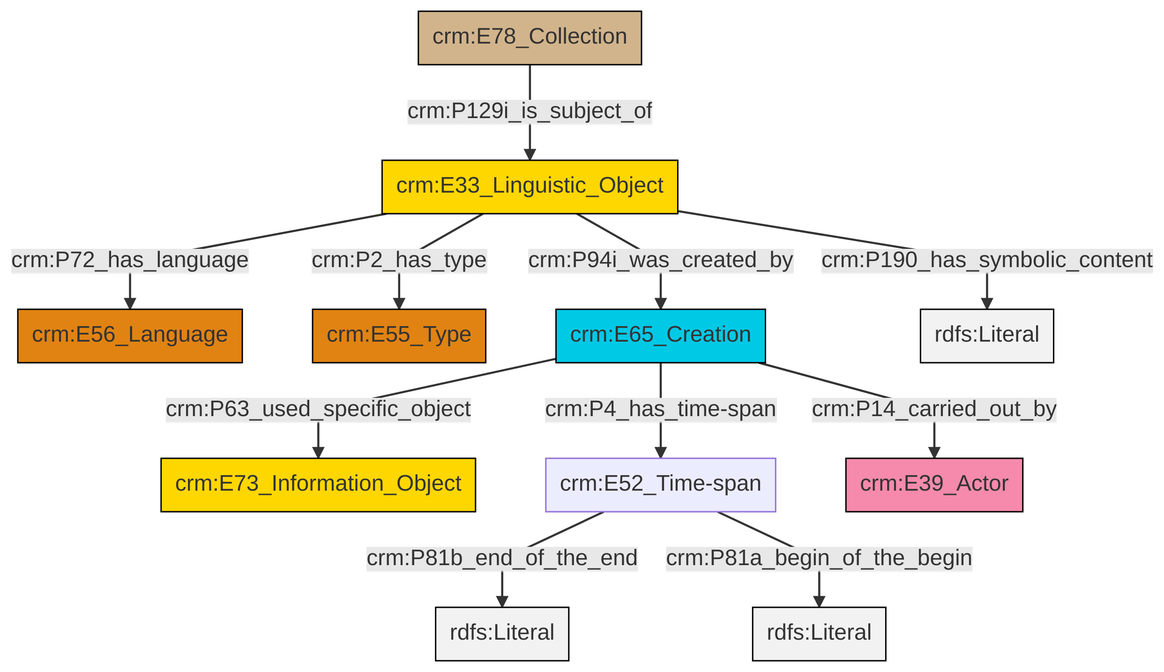
Above: et/archivalCSV/ttl/mmd/png/archival_desc.png in swiss-art-research-net/docs.swissartresearch (Mermaid), before the change. Its source is kept beside it as et/archivalCSV/ttl/mmd/archival_desc.ttl.mmd.
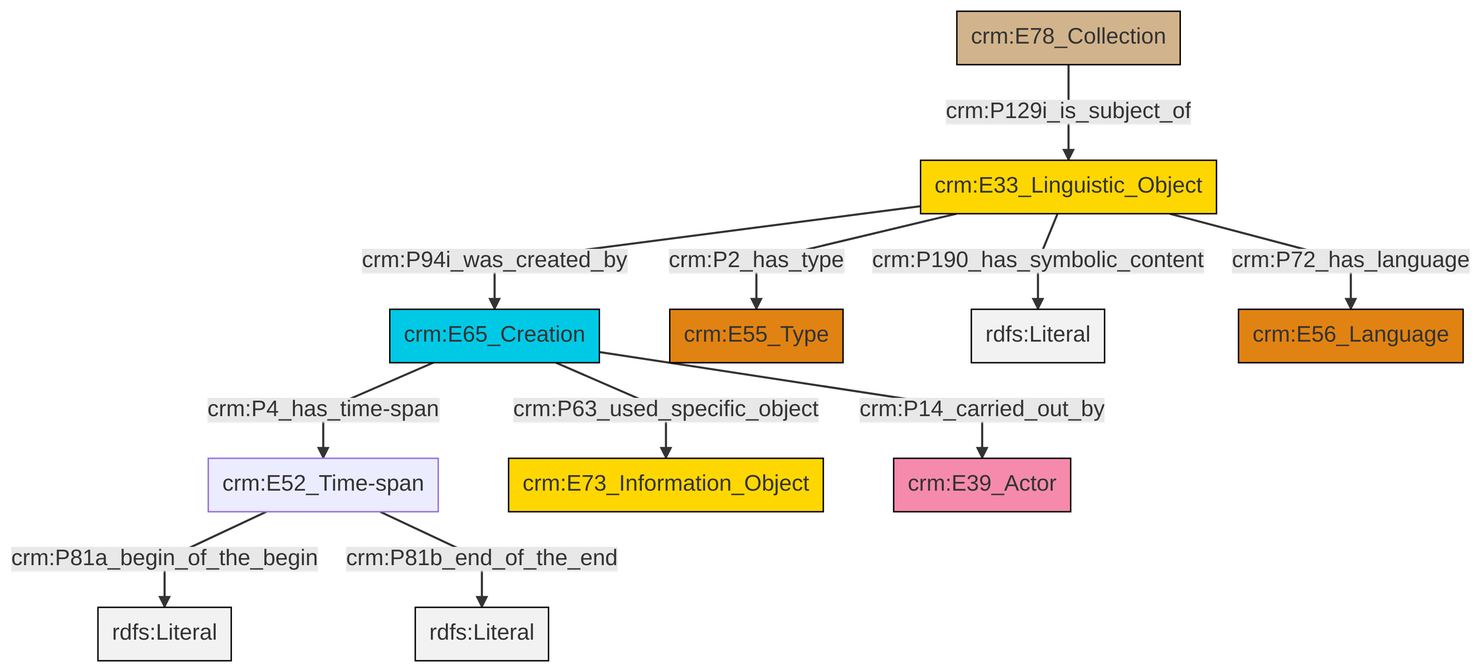
Above is the later version.

The edit, as a diff of the source:
```diff
@@ -13,13 +13,13 @@
 classDef PC_Classes fill:#4ce600, stroke:#000000;
 classDef Multi fill:#cccccc,stroke:#000000;
 
-0["crm:E33_Linguistic_Object"]:::Conceptual_Object -->|crm:P72_has_language| 1["crm:E56_Language"]:::Type
-4["crm:E52_Time-span"]:::Default -->|crm:P81b_end_of_the_end| 5[rdfs:Literal]:::Literal
-4["crm:E52_Time-span"]:::Default -->|crm:P81a_begin_of_the_begin| 11[rdfs:Literal]:::Literal
-14["crm:E78_Collection"]:::Physical_Thing -->|crm:P129i_is_subject_of| 0["crm:E33_Linguistic_Object"]:::Conceptual_Object
-9["crm:E65_Creation"]:::Temporal_Entity -->|crm:P63_used_specific_object| 2["crm:E73_Information_Object"]:::Conceptual_Object
-9["crm:E65_Creation"]:::Temporal_Entity -->|crm:P14_carried_out_by| 12["crm:E39_Actor"]:::Actor
-0["crm:E33_Linguistic_Object"]:::Conceptual_Object -->|crm:P190_has_symbolic_content| 18[rdfs:Literal]:::Literal
-0["crm:E33_Linguistic_Object"]:::Conceptual_Object -->|crm:P94i_was_created_by| 9["crm:E65_Creation"]:::Temporal_Entity
-9["crm:E65_Creation"]:::Temporal_Entity -->|crm:P4_has_time-span| 4["crm:E52_Time-span"]:::Default
-0["crm:E33_Linguistic_Object"]:::Conceptual_Object -->|crm:P2_has_type| 7["crm:E55_Type"]:::Type
+0["crm:E65_Creation"]:::Temporal_Entity -->|crm:P4_has_time-span| 1["crm:E52_Time-span"]:::Default
+6["crm:E33_Linguistic_Object"]:::Conceptual_Object -->|crm:P94i_was_created_by| 0["crm:E65_Creation"]:::Temporal_Entity
+1["crm:E52_Time-span"]:::Default -->|crm:P81a_begin_of_the_begin| 8[rdfs:Literal]:::Literal
+0["crm:E65_Creation"]:::Temporal_Entity -->|crm:P14_carried_out_by| 9["crm:E39_Actor"]:::Actor
+13["crm:E78_Collection"]:::Physical_Thing -->|crm:P129i_is_subject_of| 6["crm:E33_Linguistic_Object"]:::Conceptual_Object
+1["crm:E52_Time-span"]:::Default -->|crm:P81b_end_of_the_end| 14[rdfs:Literal]:::Literal
+0["crm:E65_Creation"]:::Temporal_Entity -->|crm:P63_used_specific_object| 4["crm:E73_Information_Object"]:::Conceptual_Object
+6["crm:E33_Linguistic_Object"]:::Conceptual_Object -->|crm:P190_has_symbolic_content| 15[rdfs:Literal]:::Literal
+6["crm:E33_Linguistic_Object"]:::Conceptual_Object -->|crm:P2_has_type| 2["crm:E55_Type"]:::Type
+6["crm:E33_Linguistic_Object"]:::Conceptual_Object -->|crm:P72_has_language| 16["crm:E56_Language"]:::Type
```
